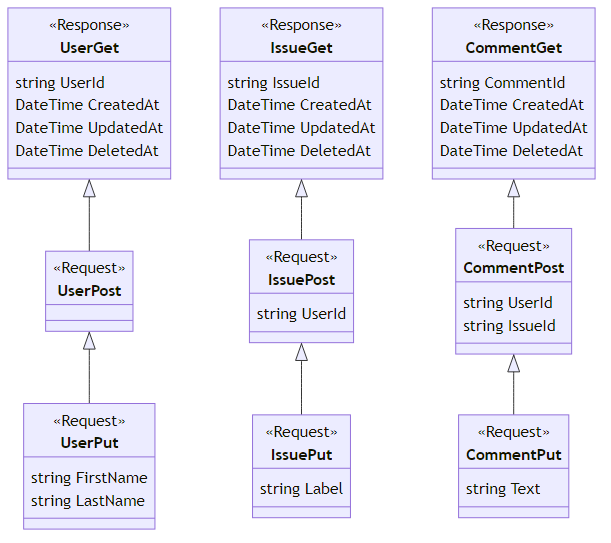
Earlier version of the Mermaid export Models/Message.png (ghackenberg/csharp-maui-aspnet-sample). Its source is kept beside it as Models/Message.mmd. Its diagram source:
```mermaid
classDiagram

    class UserGet {
        <<Response>>
        string UserId
        DateTime CreatedAt
        DateTime UpdatedAt
        DateTime DeletedAt
    }
    class UserPost {
        <<Request>>
    }
    class UserPut {
        <<Request>>
        string FirstName
        string LastName
    }

    UserGet <|-- UserPost
    UserPost <|-- UserPut

    class IssueGet {
        <<Response>>
        string IssueId
        DateTime CreatedAt
        DateTime UpdatedAt
        DateTime DeletedAt
    }
    class IssuePost {
        <<Request>>
        string UserId
    }
    class IssuePut {
        <<Request>>
        string Label
    }

    IssueGet <|-- IssuePost
    IssuePost <|-- IssuePut

    class CommentGet {
        <<Response>>
        string CommentId
        DateTime CreatedAt
        DateTime UpdatedAt
        DateTime DeletedAt
    }
    class CommentPost {
        <<Request>>
        string UserId
        string IssueId
    }
    class CommentPut {
        <<Request>>
        string Text
    }

    CommentGet <|-- CommentPost
    CommentPost <|-- CommentPut
```
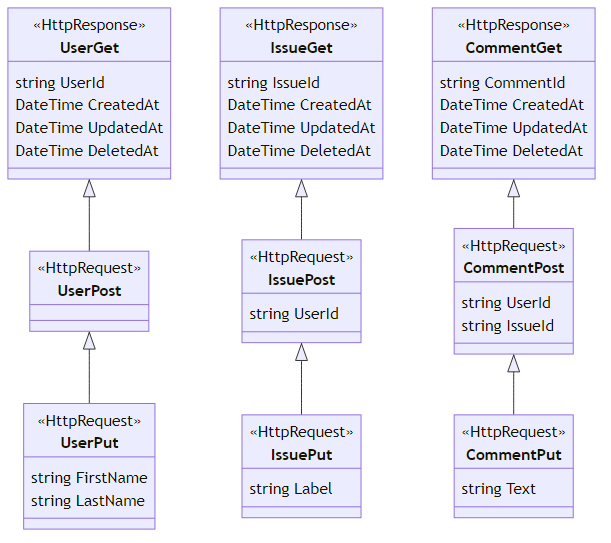
After the change.

What changed in the source:
```diff
@@ -1,17 +1,17 @@
 classDiagram
 
     class UserGet {
-        <<Response>>
+        <<HttpResponse>>
         string UserId
         DateTime CreatedAt
         DateTime UpdatedAt
         DateTime DeletedAt
     }
     class UserPost {
-        <<Request>>
+        <<HttpRequest>>
     }
     class UserPut {
-        <<Request>>
+        <<HttpRequest>>
         string FirstName
         string LastName
     }
@@ -20,18 +20,18 @@
     UserPost <|-- UserPut
 
     class IssueGet {
-        <<Response>>
+        <<HttpResponse>>
         string IssueId
         DateTime CreatedAt
         DateTime UpdatedAt
         DateTime DeletedAt
     }
     class IssuePost {
-        <<Request>>
+        <<HttpRequest>>
         string UserId
     }
     class IssuePut {
-        <<Request>>
+        <<HttpRequest>>
         string Label
     }
 
@@ -39,19 +39,19 @@
     IssuePost <|-- IssuePut
 
     class CommentGet {
-        <<Response>>
+        <<HttpResponse>>
         string CommentId
         DateTime CreatedAt
         DateTime UpdatedAt
         DateTime DeletedAt
     }
     class CommentPost {
-        <<Request>>
+        <<HttpRequest>>
         string UserId
         string IssueId
     }
     class CommentPut {
-        <<Request>>
+        <<HttpRequest>>
         string Text
     }
 
```
